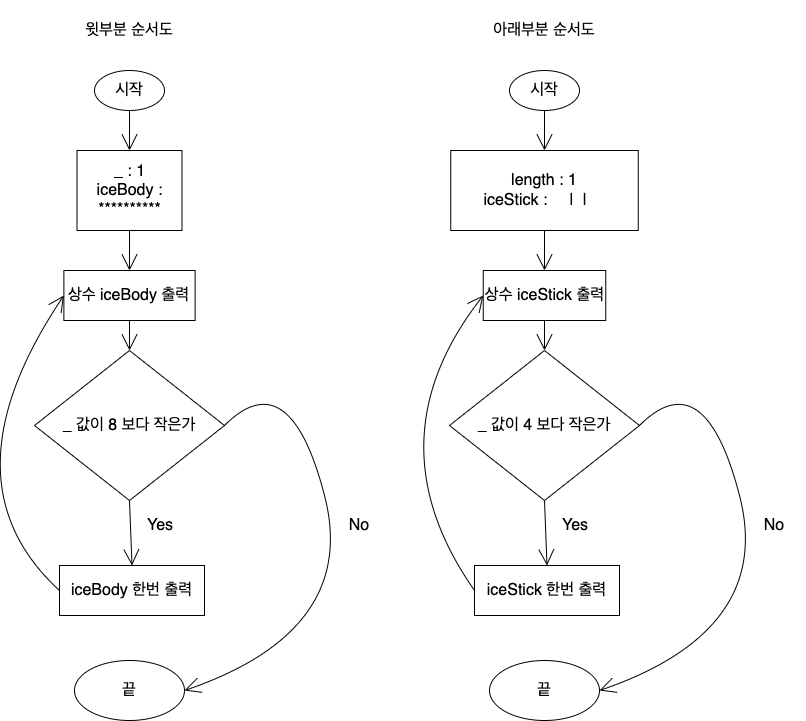
This is CodeStarterCamp_Week1/Step2_순서도.png from yagom-academy/swift-starter-Round1, a draw.io export, as it was before one commit. Source tidied: cells renumbered, new cells last; positions are measured from the earlier drawing's top-left corner, leaving out a move shared by most shapes.
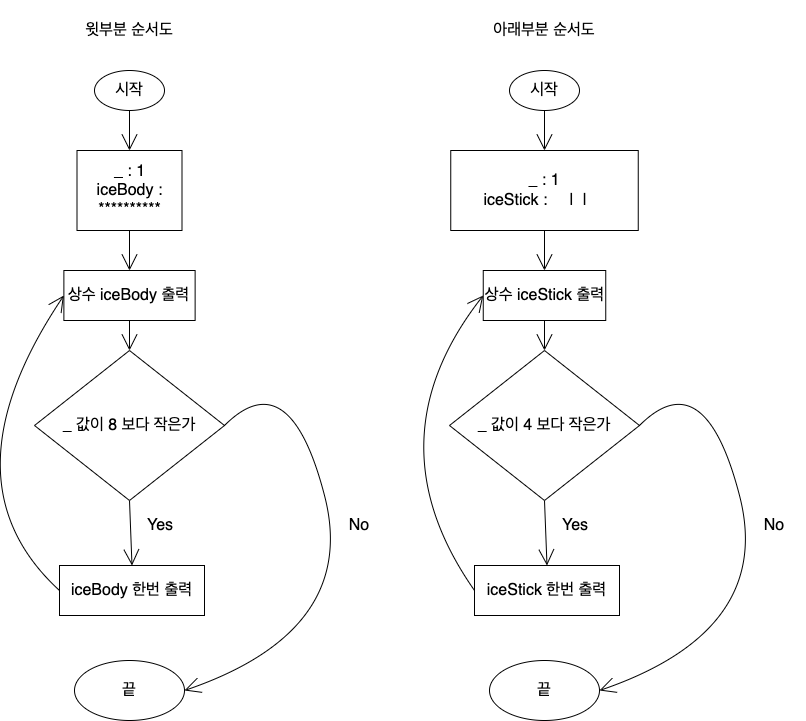
After the change.

What changed in the source:
```diff
@@ -62,7 +62,7 @@
     <mxCell id="18" style="edgeStyle=none;curved=1;rounded=0;jettySize=auto;html=1;exitX=0.5;exitY=1;exitDx=0;exitDy=0;entryX=0.5;entryY=0;entryDx=0;entryDy=0;fontSize=12;endArrow=open;startSize=14;endSize=14;sourcePerimeterSpacing=8;targetPerimeterSpacing=8;" parent="1" edge="1" source="19" target="21">
       <mxGeometry relative="1" as="geometry" />
     </mxCell>
-    <mxCell id="19" value="length : 1&lt;br&gt;iceStick :&amp;nbsp; &amp;nbsp; &amp;nbsp;|&amp;nbsp; |&amp;nbsp; &amp;nbsp;&amp;nbsp;" style="rounded=0;whiteSpace=wrap;html=1;fontSize=16;" parent="1" vertex="1">
+    <mxCell id="19" value="_ : 1&lt;br&gt;iceStick :&amp;nbsp; &amp;nbsp; &amp;nbsp;|&amp;nbsp; |&amp;nbsp; &amp;nbsp;&amp;nbsp;" style="rounded=0;whiteSpace=wrap;html=1;fontSize=16;" parent="1" vertex="1">
       <mxGeometry x="511.2" y="150" width="187.5" height="80" as="geometry" />
     </mxCell>
     <mxCell id="20" style="edgeStyle=none;curved=1;rounded=0;jettySize=auto;html=1;exitX=0.5;exitY=1;exitDx=0;exitDy=0;entryX=0.5;entryY=0;entryDx=0;entryDy=0;fontSize=12;endArrow=open;startSize=14;endSize=14;sourcePerimeterSpacing=8;targetPerimeterSpacing=8;" parent="1" edge="1" source="21" target="23">
```
